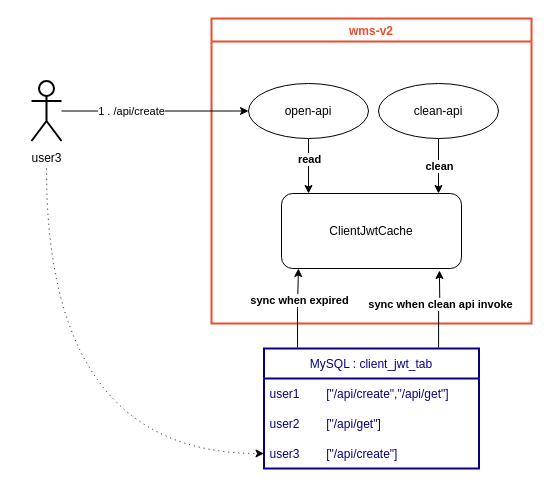
Earlier version of the draw.io diagram jwt-old-desc.drawio (yindongjun/drawio-2). Source tidied: cells renumbered, new cells numbered last; positions are measured from the earlier drawing's top-left corner, leaving out a move shared by most shapes. Both pictures are drawn from the tidied source at 100%, with x=0, y=0 at pixel (21, 18).
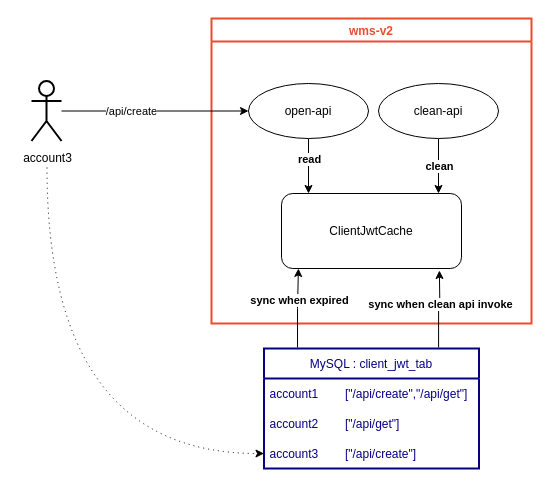
The same page after the edit.

The change refers to these unchanged cells:
```xml
<mxCell id="13" value="MySQL : client_jwt_tab" style="swimlane;fontStyle=0;horizontal=1;startSize=30;strokeColor=#060083;strokeWidth=2;fontColor=#060083;" parent="1" vertex="1">
  <mxGeometry x="242.5" y="330" width="215" height="120" as="geometry" />
</mxCell>
<mxCell id="17" style="edgeStyle=orthogonalEdgeStyle;rounded=0;jettySize=auto;html=1;" parent="1" edge="1" source="19" target="6">
  <mxGeometry relative="1" as="geometry" />
</mxCell>
```

Change to the diagram source:
```diff
@@
-    <mxCell id="14" value="user1        [&quot;/api/create&quot;,&quot;/api/get&quot;]" style="text;strokeColor=none;fillColor=none;align=left;verticalAlign=middle;spacingLeft=4;spacingRight=4;overflow=hidden;fontColor=#060083;" parent="13" vertex="1">
+    <mxCell id="14" value="account1        [&quot;/api/create&quot;,&quot;/api/get&quot;]" style="text;strokeColor=none;fillColor=none;align=left;verticalAlign=middle;spacingLeft=4;spacingRight=4;overflow=hidden;fontColor=#060083;" parent="13" vertex="1">
       <mxGeometry y="30" width="215" height="30" as="geometry" />
     </mxCell>
-    <mxCell id="15" value="user2        [&quot;/api/get&quot;]" style="text;strokeColor=none;fillColor=none;align=left;verticalAlign=middle;spacingLeft=4;spacingRight=4;overflow=hidden;fontColor=#060083;" parent="13" vertex="1">
+    <mxCell id="15" value="account2        [&quot;/api/get&quot;]" style="text;strokeColor=none;fillColor=none;align=left;verticalAlign=middle;spacingLeft=4;spacingRight=4;overflow=hidden;fontColor=#060083;" parent="13" vertex="1">
       <mxGeometry y="60" width="215" height="30" as="geometry" />
     </mxCell>
-    <mxCell id="16" value="user3        [&quot;/api/create&quot;]" style="text;strokeColor=none;fillColor=none;align=left;verticalAlign=middle;spacingLeft=4;spacingRight=4;overflow=hidden;points=[[0,0.5],[1,0.5]];portConstraint=eastwest;fontColor=#060083;" parent="13" vertex="1">
+    <mxCell id="16" value="account3        [&quot;/api/create&quot;]" style="text;strokeColor=none;fillColor=none;align=left;verticalAlign=middle;spacingLeft=4;spacingRight=4;overflow=hidden;points=[[0,0.5],[1,0.5]];portConstraint=eastwest;fontColor=#060083;" parent="13" vertex="1">
       <mxGeometry y="90" width="215" height="30" as="geometry" />
     </mxCell>
@@
-    <mxCell id="18" value="1 . /api/create" style="edgeLabel;html=1;align=center;verticalAlign=middle;" parent="17" vertex="1">
+    <mxCell id="18" value="/api/create" style="edgeLabel;html=1;align=center;verticalAlign=middle;" parent="17" vertex="1">
       <mxGeometry x="-0.26" relative="1" as="geometry" />
     </mxCell>
@@
-    <mxCell id="21" value="user3" style="text;html=1;align=center;verticalAlign=middle;points=[];strokeColor=none;fillColor=none;fontColor=#000000;" parent="1" vertex="1">
-      <mxGeometry y="130" width="50" height="20" as="geometry" />
+    <mxCell id="21" value="account3" style="text;html=1;align=center;verticalAlign=middle;points=[];strokeColor=none;fillColor=none;fontColor=#000000;" parent="1" vertex="1">
+      <mxGeometry x="-4" y="131" width="59" height="18" as="geometry" />
     </mxCell>
```
